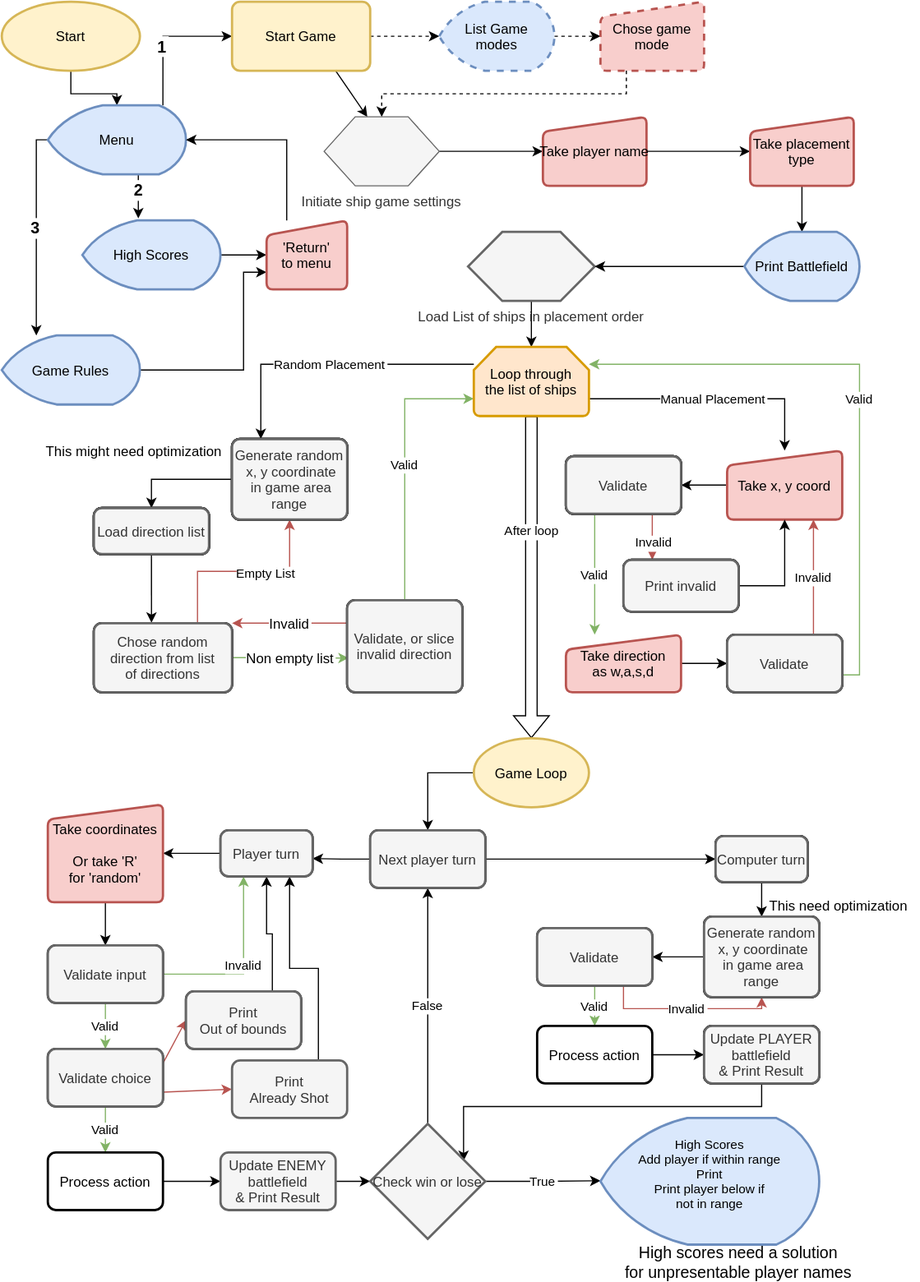
This is readme/diagrams/flowchart.drawio.svg from spanifer/grid-battle, a draw.io export, as it was before one commit. Source tidied: cells renumbered, new cells last; positions are measured from the earlier drawing's top-left corner, leaving out a move shared by most shapes.
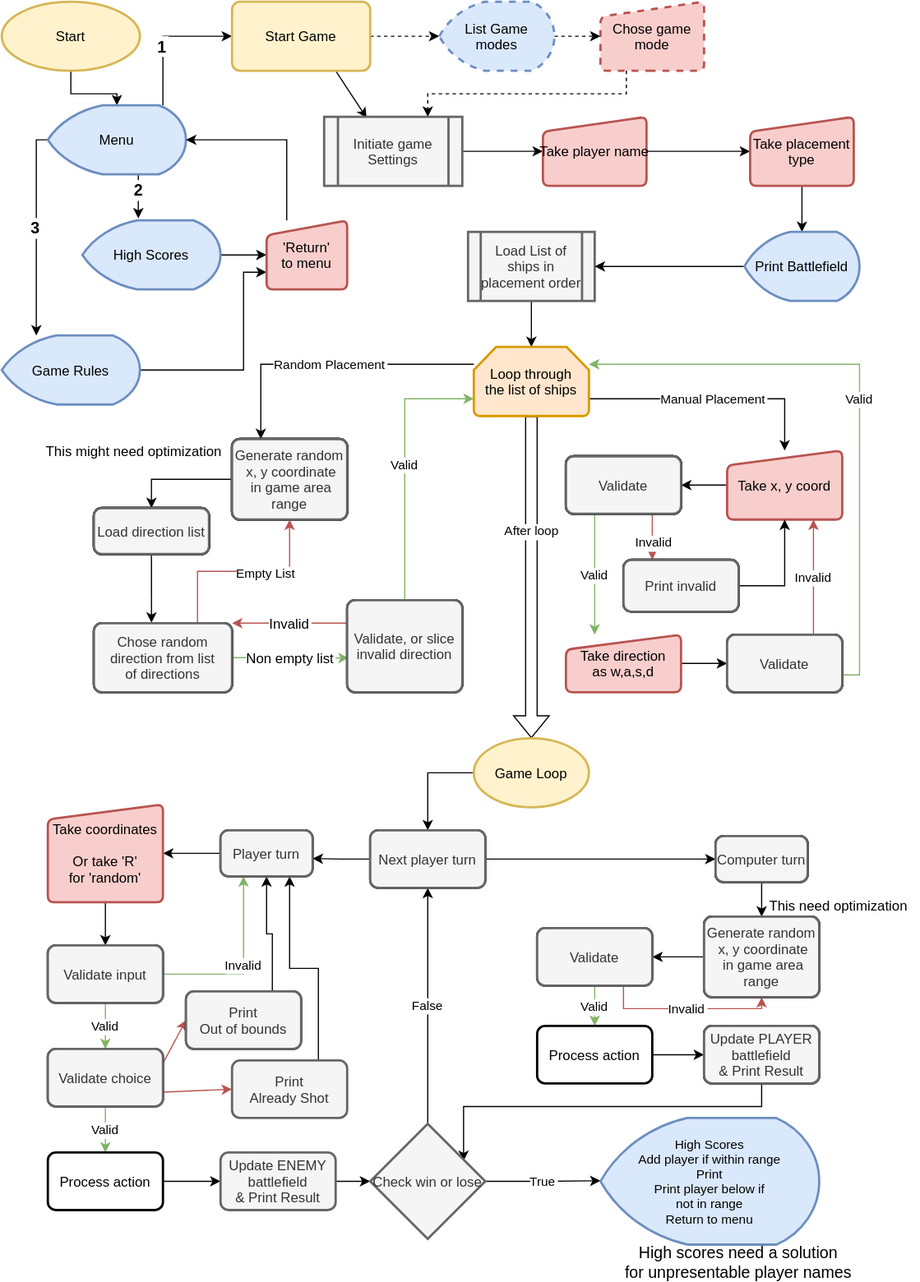
After the commit.

The edit, as a diff of the source:
```diff
@@ -66,7 +66,7 @@
     <mxCell id="17" style="edgeStyle=orthogonalEdgeStyle;rounded=0;jettySize=auto;exitX=1;exitY=0.5;exitDx=0;exitDy=0;dashed=1;" parent="1" edge="1" source="19" target="21">
       <mxGeometry relative="1" as="geometry" />
     </mxCell>
-    <mxCell id="18" style="rounded=0;jettySize=auto;exitX=0.75;exitY=1;exitDx=0;exitDy=0;entryX=0.375;entryY=0;entryDx=0;entryDy=0;" parent="1" edge="1" source="19" target="25">
+    <mxCell id="18" style="rounded=0;jettySize=auto;exitX=0.75;exitY=1;exitDx=0;exitDy=0;entryX=0.308;entryY=0.017;entryDx=0;entryDy=0;entryPerimeter=0;" parent="1" edge="1" source="19" target="134">
       <mxGeometry relative="1" as="geometry" />
     </mxCell>
     <mxCell id="19" value="Start Game" style="rounded=1;absoluteArcSize=1;arcSize=14;strokeWidth=2;fontFamily=Helvetica;fontSize=12;fontColor=rgb(0, 0, 0);align=center;strokeColor=#d6b656;fillColor=#fff2cc;" parent="1" vertex="1">
@@ -78,18 +78,15 @@
     <mxCell id="21" value="List Game&#10;modes" style="strokeWidth=2;shape=mxgraph.flowchart.display;fillColor=#dae8fc;strokeColor=#6c8ebf;dashed=1;" parent="1" vertex="1">
       <mxGeometry x="380" width="100" height="60" as="geometry" />
     </mxCell>
-    <mxCell id="22" style="edgeStyle=orthogonalEdgeStyle;rounded=0;jettySize=auto;exitX=0.25;exitY=1;exitDx=0;exitDy=0;dashed=1;entryX=0.5;entryY=0;entryDx=0;entryDy=0;" parent="1" edge="1" source="23" target="25">
+    <mxCell id="22" style="edgeStyle=orthogonalEdgeStyle;rounded=0;jettySize=auto;exitX=0.25;exitY=1;exitDx=0;exitDy=0;dashed=1;entryX=0.75;entryY=0;entryDx=0;entryDy=0;" parent="1" edge="1" source="23" target="134">
       <mxGeometry relative="1" as="geometry" />
     </mxCell>
     <mxCell id="23" value="Chose game&#10;mode" style="strokeWidth=2;shape=manualInput;rounded=1;size=13;arcSize=11;dashed=1;fillColor=#f8cecc;strokeColor=#b85450;" parent="1" vertex="1">
       <mxGeometry x="520" width="90" height="60" as="geometry" />
     </mxCell>
-    <mxCell id="24" style="edgeStyle=none;rounded=0;jettySize=auto;entryX=0;entryY=0.5;entryDx=0;entryDy=0;exitX=1;exitY=0.5;exitDx=0;exitDy=0;" parent="1" edge="1" source="25" target="27">
+    <mxCell id="24" style="edgeStyle=none;rounded=0;jettySize=auto;entryX=0;entryY=0.5;entryDx=0;entryDy=0;exitX=1;exitY=0.5;exitDx=0;exitDy=0;" parent="1" edge="1" source="134" target="27">
       <mxGeometry relative="1" as="geometry" />
     </mxCell>
-    <mxCell id="25" value="Initiate ship game settings" style="verticalLabelPosition=bottom;verticalAlign=top;shape=hexagon;perimeter=hexagonPerimeter2;arcSize=6;size=0.27;fontFamily=Helvetica;fontSize=12;fontColor=#333333;align=center;strokeColor=#666666;fillColor=#f5f5f5;" parent="1" vertex="1">
-      <mxGeometry x="280" y="100" width="100" height="60" as="geometry" />
-    </mxCell>
     <mxCell id="26" style="edgeStyle=none;rounded=0;jettySize=auto;exitX=1;exitY=0.5;exitDx=0;exitDy=0;entryX=0;entryY=0.5;entryDx=0;entryDy=0;" parent="1" edge="1" source="27" target="29">
       <mxGeometry relative="1" as="geometry" />
     </mxCell>
@@ -137,7 +134,7 @@
     <mxCell id="39" style="edgeStyle=orthogonalEdgeStyle;rounded=0;jettySize=auto;exitX=0.5;exitY=1;exitDx=0;exitDy=0;" parent="1" edge="1" source="40" target="47">
       <mxGeometry relative="1" as="geometry" />
     </mxCell>
-    <mxCell id="40" value="Load List of ships in placement order" style="verticalLabelPosition=bottom;verticalAlign=top;shape=hexagon;perimeter=hexagonPerimeter2;arcSize=6;size=0.27;fontFamily=Helvetica;fontSize=12;fontColor=#333333;align=center;strokeColor=#666666;strokeWidth=2;fillColor=#f5f5f5;horizontal=1;" parent="1" vertex="1">
+    <mxCell id="40" value="Load List of&#10;ships in&#10;placement order" style="shape=process;backgroundOutline=1;fontFamily=Helvetica;fontSize=12;fontColor=#333333;align=center;strokeColor=#666666;strokeWidth=2;fillColor=#f5f5f5;" parent="1" vertex="1">
       <mxGeometry x="405" y="200" width="110" height="60" as="geometry" />
     </mxCell>
     <mxCell id="41" style="edgeStyle=orthogonalEdgeStyle;rounded=0;jettySize=auto;exitX=0.5;exitY=1;exitDx=0;exitDy=0;entryX=0.417;entryY=-0.006;entryDx=0;entryDy=0;entryPerimeter=0;" parent="1" edge="1" source="42" target="35">
@@ -340,7 +337,7 @@
     <mxCell id="99" value="Next player turn" style="rounded=1;absoluteArcSize=1;arcSize=14;strokeWidth=2;" parent="1" vertex="1">
       <mxGeometry x="320" y="720" width="100" height="50" as="geometry" />
     </mxCell>
-    <mxCell id="100" value="High Scores&#10;Add player if within range&#10;Print&#10;Print player below if&#10;not in range&#10;" style="strokeWidth=2;shape=mxgraph.flowchart.display;fontSize=11;fillColor=#dae8fc;strokeColor=#6c8ebf;" parent="1" vertex="1">
+    <mxCell id="100" value="High Scores&#10;Add player if within range&#10;Print&#10;Print player below if&#10;not in range&#10;Return to menu" style="strokeWidth=2;shape=mxgraph.flowchart.display;fontSize=11;fillColor=#dae8fc;strokeColor=#6c8ebf;" parent="1" vertex="1">
       <mxGeometry x="520" y="970" width="190" height="110" as="geometry" />
     </mxCell>
     <mxCell id="101" value="High scores need a solution&#10;for unpresentable player names" style="text;strokeColor=none;fillColor=none;align=center;verticalAlign=middle;rounded=0;fontSize=14;fontColor=#000000;" parent="1" vertex="1">
@@ -442,5 +439,8 @@
     <mxCell id="133" value="Validate choice" style="rounded=1;absoluteArcSize=1;arcSize=14;strokeWidth=2;fillColor=#f5f5f5;fontColor=#333333;strokeColor=#666666;" parent="1" vertex="1">
       <mxGeometry x="40" y="910" width="100" height="50" as="geometry" />
     </mxCell>
+    <mxCell id="134" value="Initiate game&#10;Settings" style="shape=process;backgroundOutline=1;fontColor=#333333;strokeWidth=2;fillColor=#f5f5f5;strokeColor=#666666;" parent="1" vertex="1">
+      <mxGeometry x="280" y="100" width="120" height="60" as="geometry" />
+    </mxCell>
   </root>
 </mxGraphModel>
```
